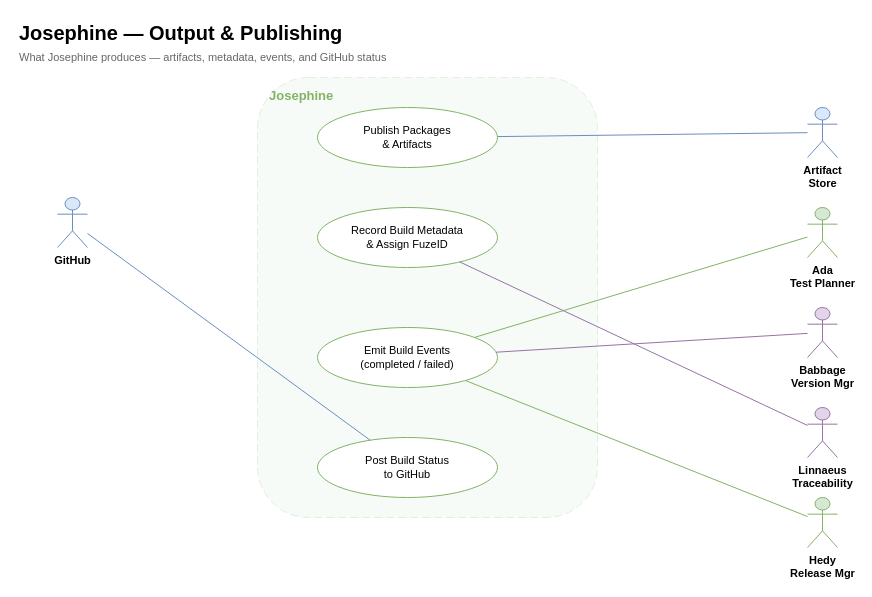
Earlier version of the draw.io diagram page "3 — Output & Publishing" (3 of 4) of docs/diagrams/workforce/JOSEPHINE_USE_CASE.drawio (jmac-cornelis/agent-workforce). Source tidied: cells renumbered, new cells numbered last; positions are measured from the earlier drawing's top-left corner, leaving out a move shared by most shapes. Both pictures are drawn from the tidied source at 100%, with x=0, y=0 at pixel (17, 17).
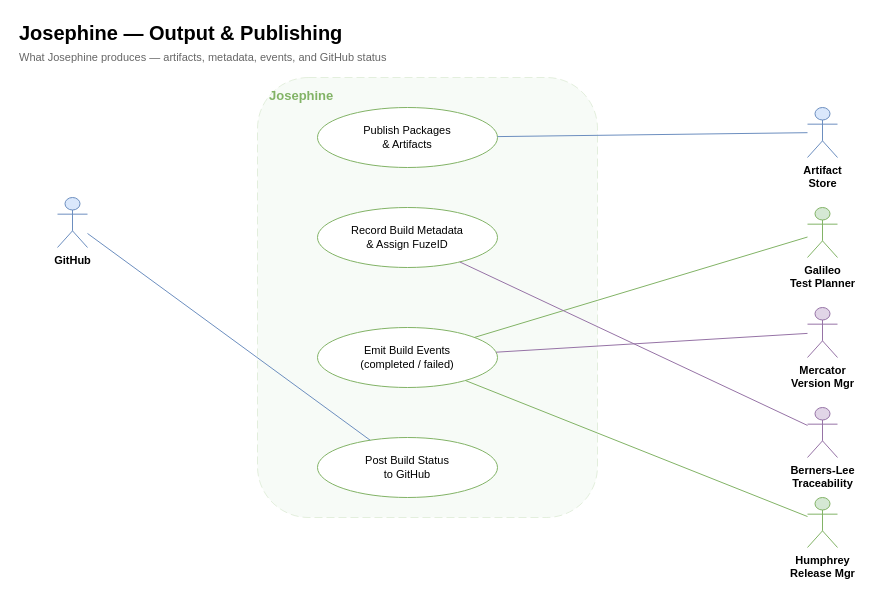
After the change.

Change to the diagram source:
```diff
@@
-    <mxCell id="8" value="Ada&lt;br&gt;Test Planner" style="shape=umlActor;verticalLabelPosition=bottom;verticalAlign=top;html=1;outlineConnect=0;fontSize=11;fontStyle=1;fillColor=#d5e8d4;strokeColor=#82b366;" parent="1" vertex="1">
+    <mxCell id="8" value="Galileo&lt;br&gt;Test Planner" style="shape=umlActor;verticalLabelPosition=bottom;verticalAlign=top;html=1;outlineConnect=0;fontSize=11;fontStyle=1;fillColor=#d5e8d4;strokeColor=#82b366;" parent="1" vertex="1">
       <mxGeometry x="790" y="190" width="30" height="50" as="geometry" />
     </mxCell>
-    <mxCell id="9" value="Babbage&lt;br&gt;Version Mgr" style="shape=umlActor;verticalLabelPosition=bottom;verticalAlign=top;html=1;outlineConnect=0;fontSize=11;fontStyle=1;fillColor=#e1d5e7;strokeColor=#9673a6;" parent="1" vertex="1">
+    <mxCell id="9" value="Mercator&lt;br&gt;Version Mgr" style="shape=umlActor;verticalLabelPosition=bottom;verticalAlign=top;html=1;outlineConnect=0;fontSize=11;fontStyle=1;fillColor=#e1d5e7;strokeColor=#9673a6;" parent="1" vertex="1">
       <mxGeometry x="790" y="290" width="30" height="50" as="geometry" />
     </mxCell>
-    <mxCell id="10" value="Linnaeus&lt;br&gt;Traceability" style="shape=umlActor;verticalLabelPosition=bottom;verticalAlign=top;html=1;outlineConnect=0;fontSize=11;fontStyle=1;fillColor=#e1d5e7;strokeColor=#9673a6;" parent="1" vertex="1">
+    <mxCell id="10" value="Berners-Lee&lt;br&gt;Traceability" style="shape=umlActor;verticalLabelPosition=bottom;verticalAlign=top;html=1;outlineConnect=0;fontSize=11;fontStyle=1;fillColor=#e1d5e7;strokeColor=#9673a6;" parent="1" vertex="1">
       <mxGeometry x="790" y="390" width="30" height="50" as="geometry" />
     </mxCell>
-    <mxCell id="11" value="Hedy&lt;br&gt;Release Mgr" style="shape=umlActor;verticalLabelPosition=bottom;verticalAlign=top;html=1;outlineConnect=0;fontSize=11;fontStyle=1;fillColor=#d5e8d4;strokeColor=#82b366;" parent="1" vertex="1">
+    <mxCell id="11" value="Humphrey&lt;br&gt;Release Mgr" style="shape=umlActor;verticalLabelPosition=bottom;verticalAlign=top;html=1;outlineConnect=0;fontSize=11;fontStyle=1;fillColor=#d5e8d4;strokeColor=#82b366;" parent="1" vertex="1">
       <mxGeometry x="790" y="480" width="30" height="50" as="geometry" />
     </mxCell>
```
